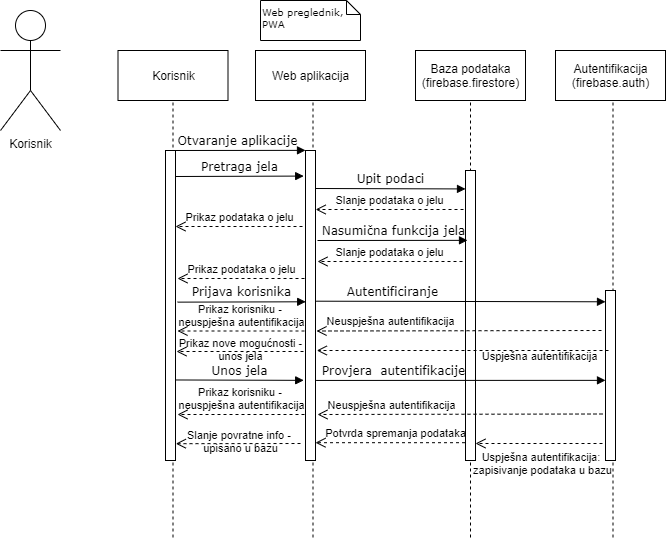
This is Dokumentacija/dijagram sekvenci/dijagram_sekvenci.png from R0b34t0/Koohaj, a draw.io export, as it was before one commit. Source tidied: cells renumbered, new cells last; positions are measured from the earlier drawing's top-left corner, leaving out a move shared by most shapes.
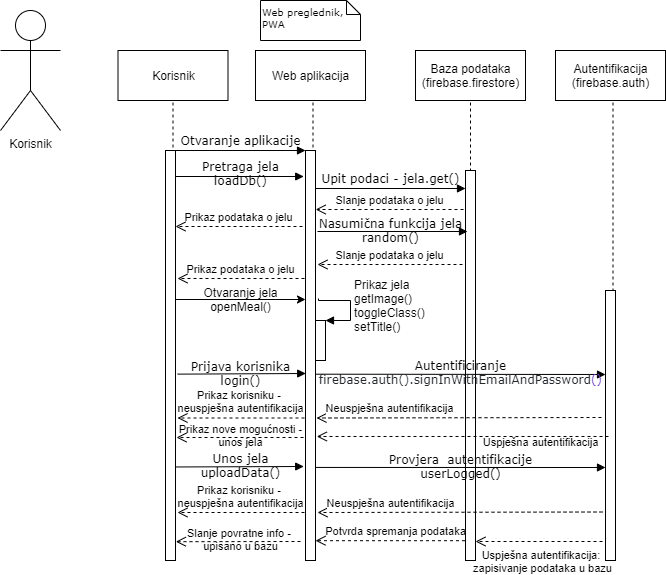
After the commit.

Commit message:
Dorađen dijagram sekvenci

Diff of the diagram source:
```diff
@@ -3,19 +3,31 @@
     <mxCell id="0" />
     <mxCell id="1" parent="0" />
     <mxCell id="2" style="shape=umlLifeline;perimeter=lifelinePerimeter;whiteSpace=wrap;html=1;rounded=1;shadow=0;comic=0;labelBackgroundColor=none;strokeWidth=1;fontFamily=Verdana;fontSize=12;align=center;" parent="1" vertex="1">
-      <mxGeometry x="260" y="50" width="105" height="490" as="geometry" />
+      <mxGeometry x="260" y="50" width="105" height="510" as="geometry" />
     </mxCell>
     <mxCell id="3" style="html=1;points=[];perimeter=orthogonalPerimeter;rounded=0;shadow=0;comic=0;labelBackgroundColor=none;strokeWidth=1;fontFamily=Verdana;fontSize=12;align=center;" parent="2" vertex="1">
-      <mxGeometry x="45" y="100" width="10" height="310" as="geometry" />
+      <mxGeometry x="45" y="100" width="10" height="410" as="geometry" />
     </mxCell>
     <mxCell id="4" value="Web aplikacija" style="html=1;" parent="2" vertex="1">
       <mxGeometry x="-5" width="110" height="50" as="geometry" />
     </mxCell>
+    <mxCell id="37" style="html=1;points=[];perimeter=orthogonalPerimeter;fontSize=12;" parent="2" vertex="1">
+      <mxGeometry x="55" y="270" width="10" height="40" as="geometry" />
+    </mxCell>
+    <mxCell id="38" value="Prikaz jela&lt;br&gt;getImage()&lt;br&gt;toggleClass()&lt;br&gt;setTitle()" style="edgeStyle=orthogonalEdgeStyle;html=1;align=left;spacingLeft=2;endArrow=block;rounded=0;entryX=1;entryY=0;labelBackgroundColor=none;fontSize=12;exitX=1.3;exitY=0.361;exitDx=0;exitDy=0;exitPerimeter=0;" parent="2" edge="1" source="3" target="37">
+      <mxGeometry relative="1" as="geometry">
+        <Array as="points">
+          <mxPoint x="58" y="250" />
+          <mxPoint x="90" y="250" />
+          <mxPoint x="90" y="270" />
+        </Array>
+      </mxGeometry>
+    </mxCell>
     <mxCell id="5" value=":Object" style="shape=umlLifeline;perimeter=lifelinePerimeter;whiteSpace=wrap;html=1;rounded=1;shadow=0;comic=0;labelBackgroundColor=none;strokeWidth=1;fontFamily=Verdana;fontSize=12;align=center;" parent="1" vertex="1">
-      <mxGeometry x="420" y="50" width="100" height="490" as="geometry" />
+      <mxGeometry x="420" y="50" width="100" height="510" as="geometry" />
     </mxCell>
     <mxCell id="6" style="html=1;perimeter=orthogonalPerimeter;rounded=0;shadow=0;comic=0;labelBackgroundColor=none;strokeWidth=1;fontFamily=Verdana;fontSize=12;align=center;" parent="5" vertex="1">
-      <mxGeometry x="45" y="120" width="10" height="290" as="geometry" />
+      <mxGeometry x="45" y="120" width="10" height="390" as="geometry" />
     </mxCell>
     <mxCell id="7" value="Baza podataka&lt;br&gt;(firebase.firestore)" style="html=1;" parent="5" vertex="1">
       <mxGeometry x="-5" width="110" height="50" as="geometry" />
@@ -27,16 +39,16 @@
       <mxGeometry x="-5" width="110" height="50" as="geometry" />
     </mxCell>
     <mxCell id="10" value=":Object" style="shape=umlLifeline;perimeter=lifelinePerimeter;whiteSpace=wrap;html=1;rounded=1;shadow=0;comic=0;labelBackgroundColor=none;strokeWidth=1;fontFamily=Verdana;fontSize=12;align=center;" parent="1" vertex="1">
-      <mxGeometry x="120" y="50" width="105" height="490" as="geometry" />
+      <mxGeometry x="120" y="50" width="105" height="510" as="geometry" />
     </mxCell>
     <mxCell id="11" style="html=1;points=[];perimeter=orthogonalPerimeter;rounded=0;shadow=0;comic=0;labelBackgroundColor=none;strokeWidth=1;fontFamily=Verdana;fontSize=12;align=center;" parent="10" vertex="1">
-      <mxGeometry x="45" y="100" width="10" height="310" as="geometry" />
+      <mxGeometry x="45" y="100" width="10" height="410" as="geometry" />
     </mxCell>
     <mxCell id="12" value="Korisnik" style="html=1;" parent="10" vertex="1">
       <mxGeometry x="-2.5" width="110" height="50" as="geometry" />
     </mxCell>
     <mxCell id="13" style="html=1;perimeter=orthogonalPerimeter;rounded=0;shadow=0;comic=0;labelBackgroundColor=none;strokeWidth=1;fontFamily=Verdana;fontSize=12;align=center;" parent="1" vertex="1">
-      <mxGeometry x="605" y="290" width="10" height="170" as="geometry" />
+      <mxGeometry x="605" y="290" width="10" height="270" as="geometry" />
     </mxCell>
     <mxCell id="14" value="Otvaranje aplikacije" style="html=1;verticalAlign=bottom;endArrow=block;entryX=0;entryY=0;labelBackgroundColor=none;fontFamily=Verdana;fontSize=12;edgeStyle=elbowEdgeStyle;elbow=vertical;" parent="1" edge="1" source="11" target="3">
       <mxGeometry relative="1" as="geometry" />
@@ -47,13 +59,13 @@
     <mxCell id="16" value="Korisnik" style="shape=umlActor;verticalLabelPosition=bottom;verticalAlign=top;html=1;" parent="1" vertex="1">
       <mxGeometry y="10" width="60" height="120" as="geometry" />
     </mxCell>
-    <mxCell id="17" value="Pretraga jela" style="html=1;verticalAlign=bottom;endArrow=block;entryX=-0.38;entryY=0.111;labelBackgroundColor=none;fontFamily=Verdana;fontSize=12;edgeStyle=elbowEdgeStyle;elbow=vertical;entryDx=0;entryDy=0;entryPerimeter=0;" parent="1" edge="1">
-      <mxGeometry relative="1" as="geometry">
+    <mxCell id="17" value="Pretraga jela&lt;br&gt;loadDb()" style="html=1;verticalAlign=bottom;endArrow=block;entryX=-0.38;entryY=0.111;labelBackgroundColor=none;fontFamily=Verdana;fontSize=12;edgeStyle=elbowEdgeStyle;elbow=vertical;entryDx=0;entryDy=0;entryPerimeter=0;" parent="1" edge="1">
+      <mxGeometry x="0.01" y="-14" relative="1" as="geometry">
         <mxPoint x="175" y="176" as="sourcePoint" />
         <mxPoint x="303.2" y="175.5" as="targetPoint" />
       </mxGeometry>
     </mxCell>
-    <mxCell id="18" value="Upit podaci" style="html=1;verticalAlign=bottom;endArrow=block;entryX=0;entryY=0;labelBackgroundColor=none;fontFamily=Verdana;fontSize=12;edgeStyle=elbowEdgeStyle;elbow=vertical;" parent="1" edge="1">
+    <mxCell id="18" value="Upit podaci - jela.get()" style="html=1;verticalAlign=bottom;endArrow=block;entryX=0;entryY=0;labelBackgroundColor=none;fontFamily=Verdana;fontSize=12;edgeStyle=elbowEdgeStyle;elbow=vertical;" parent="1" edge="1">
       <mxGeometry relative="1" as="geometry">
         <mxPoint x="315" y="188" as="sourcePoint" />
         <mxPoint x="465" y="188" as="targetPoint" />
@@ -70,16 +82,16 @@
         <mxPoint x="302" y="226" as="sourcePoint" />
       </mxGeometry>
     </mxCell>
-    <mxCell id="21" value="Nasumična funkcija jela" style="html=1;verticalAlign=bottom;endArrow=block;entryX=0;entryY=0;labelBackgroundColor=none;fontFamily=Verdana;fontSize=12;edgeStyle=elbowEdgeStyle;elbow=vertical;" parent="1" edge="1">
-      <mxGeometry relative="1" as="geometry">
-        <mxPoint x="317" y="240" as="sourcePoint" />
-        <mxPoint x="467" y="240" as="targetPoint" />
+    <mxCell id="21" value="Nasumična funkcija jela&lt;br&gt;random()" style="html=1;verticalAlign=bottom;endArrow=block;entryX=0;entryY=0;labelBackgroundColor=none;fontFamily=Verdana;fontSize=12;edgeStyle=elbowEdgeStyle;elbow=vertical;" parent="1" edge="1">
+      <mxGeometry x="-0.03" y="-16" relative="1" as="geometry">
+        <mxPoint x="317" y="231" as="sourcePoint" />
+        <mxPoint x="467" y="231" as="targetPoint" />
       </mxGeometry>
     </mxCell>
     <mxCell id="22" value="Slanje podataka o jelu" style="html=1;verticalAlign=bottom;endArrow=open;dashed=1;endSize=8;" parent="1" edge="1">
       <mxGeometry relative="1" as="geometry">
-        <mxPoint x="462" y="261" as="sourcePoint" />
-        <mxPoint x="317" y="261" as="targetPoint" />
+        <mxPoint x="462" y="264" as="sourcePoint" />
+        <mxPoint x="317" y="264" as="targetPoint" />
       </mxGeometry>
     </mxCell>
     <mxCell id="23" value="Prikaz podataka o jelu" style="html=1;verticalAlign=bottom;endArrow=open;dashed=1;endSize=8;labelBackgroundColor=none;" parent="1" edge="1">
@@ -88,83 +100,89 @@
         <mxPoint x="177" y="278" as="targetPoint" />
       </mxGeometry>
     </mxCell>
-    <mxCell id="24" value="Unos jela" style="html=1;verticalAlign=bottom;endArrow=block;entryX=-0.38;entryY=0.111;labelBackgroundColor=none;fontFamily=Verdana;fontSize=12;edgeStyle=elbowEdgeStyle;elbow=vertical;entryDx=0;entryDy=0;entryPerimeter=0;" parent="1" edge="1">
-      <mxGeometry relative="1" as="geometry">
-        <mxPoint x="175" y="379.5" as="sourcePoint" />
-        <mxPoint x="303.2" y="379" as="targetPoint" />
+    <mxCell id="24" value="Unos jela&lt;br&gt;uploadData()" style="html=1;verticalAlign=bottom;endArrow=block;entryX=-0.38;entryY=0.111;labelBackgroundColor=none;fontFamily=Verdana;fontSize=12;edgeStyle=elbowEdgeStyle;elbow=vertical;entryDx=0;entryDy=0;entryPerimeter=0;spacingBottom=1;" parent="1" edge="1">
+      <mxGeometry x="0.02" y="-17" relative="1" as="geometry">
+        <mxPoint x="175" y="466.5" as="sourcePoint" />
+        <mxPoint x="303.2" y="466" as="targetPoint" />
       </mxGeometry>
     </mxCell>
-    <mxCell id="25" value="Provjera&amp;nbsp; autentifikacije" style="html=1;verticalAlign=bottom;endArrow=block;labelBackgroundColor=none;fontFamily=Verdana;fontSize=12;edgeStyle=elbowEdgeStyle;elbow=vertical;exitX=1.063;exitY=0.678;exitDx=0;exitDy=0;exitPerimeter=0;" parent="1" edge="1">
-      <mxGeometry x="-0.47" relative="1" as="geometry">
-        <mxPoint x="315.6" y="379.9" as="sourcePoint" />
-        <mxPoint x="605" y="380" as="targetPoint" />
+    <mxCell id="25" value="Provjera&amp;nbsp; autentifikacije&lt;br&gt;userLogged()" style="html=1;verticalAlign=bottom;endArrow=block;labelBackgroundColor=none;fontFamily=Verdana;fontSize=12;edgeStyle=elbowEdgeStyle;elbow=vertical;exitX=1.063;exitY=0.678;exitDx=0;exitDy=0;exitPerimeter=0;" parent="1" edge="1">
+      <mxGeometry y="-16" relative="1" as="geometry">
+        <mxPoint x="315.6" y="466.9" as="sourcePoint" />
+        <mxPoint x="605" y="467" as="targetPoint" />
       </mxGeometry>
     </mxCell>
     <mxCell id="26" value="Neuspješna autentifikacija" style="html=1;verticalAlign=bottom;endArrow=open;dashed=1;endSize=8;" parent="1" edge="1">
       <mxGeometry x="0.49" relative="1" as="geometry">
-        <mxPoint x="602" y="413.5" as="sourcePoint" />
-        <mxPoint x="317" y="414" as="targetPoint" />
+        <mxPoint x="602" y="511.5" as="sourcePoint" />
+        <mxPoint x="317" y="512" as="targetPoint" />
       </mxGeometry>
     </mxCell>
     <mxCell id="27" value="Uspješna autentifikacija: &lt;br&gt;zapisivanje podataka u bazu" style="html=1;verticalAlign=bottom;endArrow=open;dashed=1;endSize=8;labelBackgroundColor=none;" parent="1" edge="1">
       <mxGeometry x="-0.06" y="36" relative="1" as="geometry">
-        <mxPoint x="602" y="443" as="sourcePoint" />
-        <mxPoint x="475" y="443" as="targetPoint" />
+        <mxPoint x="602" y="541" as="sourcePoint" />
+        <mxPoint x="475" y="541" as="targetPoint" />
       </mxGeometry>
     </mxCell>
     <mxCell id="28" value="Slanje povratne info -&amp;nbsp;&lt;br&gt;upisano u bazu" style="html=1;verticalAlign=bottom;endArrow=open;dashed=1;endSize=8;labelBackgroundColor=none;entryX=1.233;entryY=0.953;entryDx=0;entryDy=0;entryPerimeter=0;" parent="1" edge="1">
       <mxGeometry x="-0.04" y="14" relative="1" as="geometry">
-        <mxPoint x="300" y="443" as="sourcePoint" />
-        <mxPoint x="175.3" y="443.2" as="targetPoint" />
+        <mxPoint x="300" y="541" as="sourcePoint" />
+        <mxPoint x="175.3" y="541.2" as="targetPoint" />
       </mxGeometry>
     </mxCell>
-    <mxCell id="29" value="Prijava korisnika" style="html=1;verticalAlign=bottom;endArrow=block;entryX=-0.38;entryY=0.111;labelBackgroundColor=none;fontFamily=Verdana;fontSize=12;edgeStyle=elbowEdgeStyle;elbow=vertical;entryDx=0;entryDy=0;entryPerimeter=0;" parent="1" edge="1">
-      <mxGeometry relative="1" as="geometry">
-        <mxPoint x="177" y="301.6" as="sourcePoint" />
-        <mxPoint x="305.2" y="301.2" as="targetPoint" />
+    <mxCell id="29" value="Prijava korisnika&lt;br&gt;login()" style="html=1;verticalAlign=bottom;endArrow=block;entryX=-0.38;entryY=0.111;labelBackgroundColor=none;fontFamily=Verdana;fontSize=12;edgeStyle=elbowEdgeStyle;elbow=vertical;entryDx=0;entryDy=0;entryPerimeter=0;spacingBottom=3;" parent="1" edge="1">
+      <mxGeometry x="-0.01" y="-20" relative="1" as="geometry">
+        <mxPoint x="177" y="373.6" as="sourcePoint" />
+        <mxPoint x="305.2" y="373.2" as="targetPoint" />
       </mxGeometry>
     </mxCell>
-    <mxCell id="30" value="Autentificiranje" style="html=1;verticalAlign=bottom;endArrow=block;labelBackgroundColor=none;fontFamily=Verdana;fontSize=12;edgeStyle=elbowEdgeStyle;elbow=vertical;exitX=1.063;exitY=0.678;exitDx=0;exitDy=0;exitPerimeter=0;" parent="1" edge="1">
-      <mxGeometry x="-0.47" relative="1" as="geometry">
-        <mxPoint x="315.6" y="300.7" as="sourcePoint" />
-        <mxPoint x="605" y="300.8" as="targetPoint" />
+    <mxCell id="30" value="Autentificiranje&lt;br style=&quot;font-size: 12px;&quot;&gt;&lt;span class=&quot;pl-s1&quot; style=&quot;color: rgb(36, 41, 46); text-align: left; font-size: 12px;&quot;&gt;firebase&lt;/span&gt;&lt;span class=&quot;pl-kos&quot; style=&quot;color: rgb(36, 41, 46); text-align: left; font-size: 12px;&quot;&gt;.auth().signInWithEmailAndPassword&lt;/span&gt;&lt;span class=&quot;pl-kos&quot; style=&quot;text-align: left; font-size: 12px;&quot;&gt;&lt;font color=&quot;#6f42c1&quot; style=&quot;font-size: 12px;&quot;&gt;()&lt;/font&gt;&lt;/span&gt;" style="html=1;verticalAlign=bottom;endArrow=block;labelBackgroundColor=none;fontFamily=Verdana;fontSize=12;edgeStyle=elbowEdgeStyle;elbow=vertical;exitX=1.063;exitY=0.678;exitDx=0;exitDy=0;exitPerimeter=0;spacingBottom=-6;" parent="1" edge="1">
+      <mxGeometry y="-9" relative="1" as="geometry">
+        <mxPoint x="315.6" y="373.7" as="sourcePoint" />
+        <mxPoint x="605" y="373.8" as="targetPoint" />
       </mxGeometry>
     </mxCell>
     <mxCell id="31" value="Potvrda spremanja podataka" style="html=1;verticalAlign=bottom;endArrow=open;dashed=1;endSize=8;labelBackgroundColor=none;entryX=1.233;entryY=0.953;entryDx=0;entryDy=0;entryPerimeter=0;" parent="1" edge="1">
       <mxGeometry x="-0.07" relative="1" as="geometry">
-        <mxPoint x="464.5" y="442.2" as="sourcePoint" />
-        <mxPoint x="315" y="442.2" as="targetPoint" />
+        <mxPoint x="464.5" y="540.2" as="sourcePoint" />
+        <mxPoint x="315" y="540.2" as="targetPoint" />
       </mxGeometry>
     </mxCell>
     <mxCell id="32" value="Prikaz korisniku - &lt;br&gt;neuspješna autentifikacija" style="html=1;verticalAlign=bottom;endArrow=open;dashed=1;endSize=8;labelBackgroundColor=none;" parent="1" edge="1">
       <mxGeometry relative="1" as="geometry">
-        <mxPoint x="304" y="414" as="sourcePoint" />
-        <mxPoint x="177" y="414" as="targetPoint" />
+        <mxPoint x="304" y="512" as="sourcePoint" />
+        <mxPoint x="177" y="512" as="targetPoint" />
       </mxGeometry>
     </mxCell>
     <mxCell id="33" value="Neuspješna autentifikacija" style="html=1;verticalAlign=bottom;endArrow=open;dashed=1;endSize=8;" parent="1" edge="1">
       <mxGeometry x="0.49" relative="1" as="geometry">
-        <mxPoint x="601" y="330" as="sourcePoint" />
-        <mxPoint x="316" y="330.5" as="targetPoint" />
+        <mxPoint x="601" y="417" as="sourcePoint" />
+        <mxPoint x="316" y="417.5" as="targetPoint" />
       </mxGeometry>
     </mxCell>
     <mxCell id="34" value="Prikaz korisniku - &lt;br&gt;neuspješna autentifikacija" style="html=1;verticalAlign=bottom;endArrow=open;dashed=1;endSize=8;labelBackgroundColor=none;" parent="1" edge="1">
       <mxGeometry relative="1" as="geometry">
-        <mxPoint x="304" y="330.5" as="sourcePoint" />
-        <mxPoint x="177" y="330.5" as="targetPoint" />
+        <mxPoint x="304" y="417.5" as="sourcePoint" />
+        <mxPoint x="177" y="417.5" as="targetPoint" />
       </mxGeometry>
     </mxCell>
     <mxCell id="35" value="Uspješna autentifikacija" style="html=1;verticalAlign=bottom;endArrow=open;dashed=1;endSize=8;labelBackgroundColor=none;" parent="1" edge="1">
       <mxGeometry x="-0.53" y="15" relative="1" as="geometry">
-        <mxPoint x="608" y="350" as="sourcePoint" />
-        <mxPoint x="316.3" y="350" as="targetPoint" />
+        <mxPoint x="608" y="436" as="sourcePoint" />
+        <mxPoint x="316.3" y="436" as="targetPoint" />
       </mxGeometry>
     </mxCell>
     <mxCell id="36" value="Prikaz nove mogućnosti -&lt;br&gt;unos jela" style="html=1;verticalAlign=bottom;endArrow=open;dashed=1;endSize=8;labelBackgroundColor=none;spacingBottom=-5;" parent="1" edge="1">
       <mxGeometry x="-0.01" y="9" relative="1" as="geometry">
-        <mxPoint x="303" y="351" as="sourcePoint" />
-        <mxPoint x="176" y="351" as="targetPoint" />
+        <mxPoint x="303" y="437" as="sourcePoint" />
+        <mxPoint x="176" y="437" as="targetPoint" />
       </mxGeometry>
     </mxCell>
+    <mxCell id="39" value="Otvaranje jela&lt;br&gt;openMeal()" style="edgeStyle=orthogonalEdgeStyle;rounded=0;orthogonalLoop=1;jettySize=auto;html=1;labelBackgroundColor=none;fontSize=12;" parent="1" edge="1">
+      <mxGeometry relative="1" as="geometry">
+        <mxPoint x="175" y="299" as="sourcePoint" />
+        <mxPoint x="305" y="299" as="targetPoint" />
+      </mxGeometry>
+    </mxCell>
   </root>
 </mxGraphModel>
```
